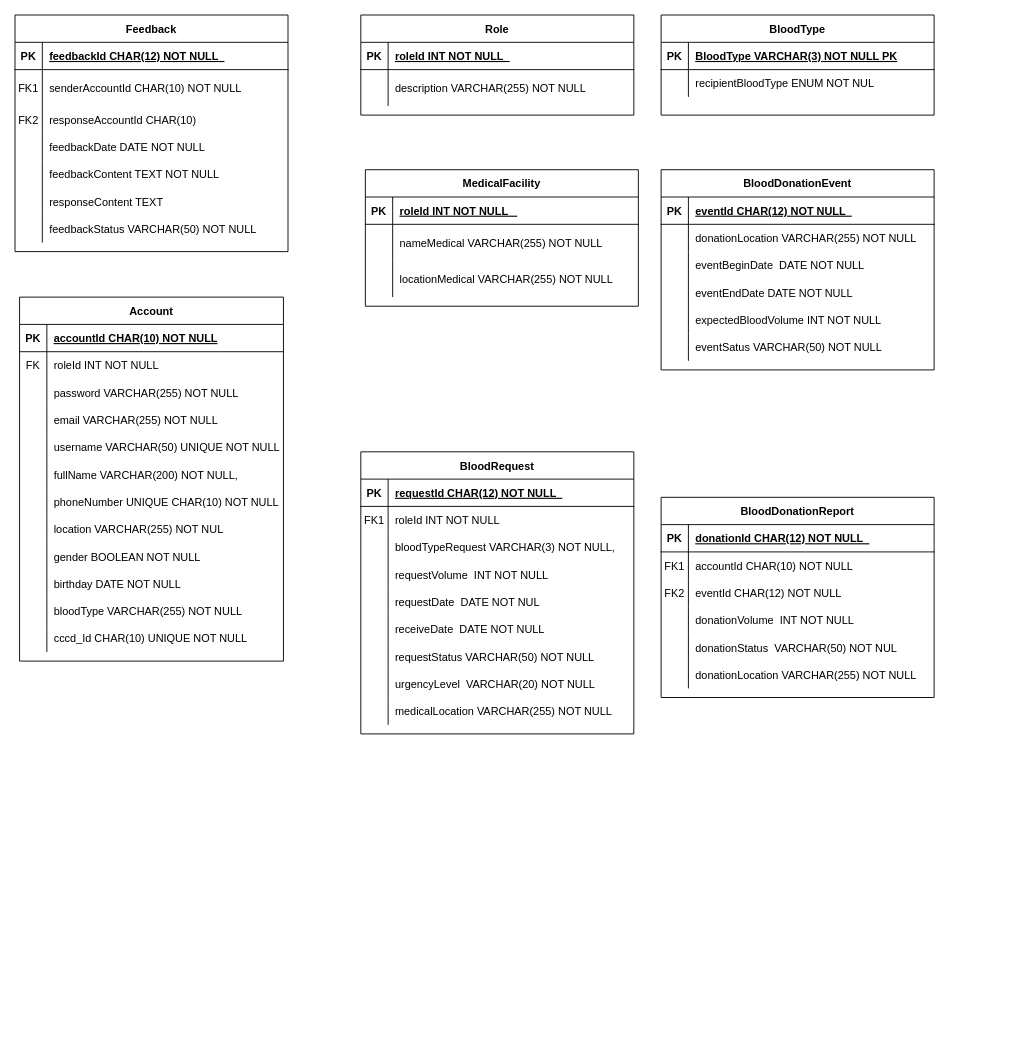
The draw.io diagram ERD.drawio in ThanhDucP/SU25_SWP391, before the edit. Source tidied: cells renumbered, new cells numbered last; positions are measured from the earlier drawing's top-left corner, leaving out a move shared by most shapes. Both pictures are drawn from the tidied source at 91%, with x=0, y=0 at pixel (15, 15).
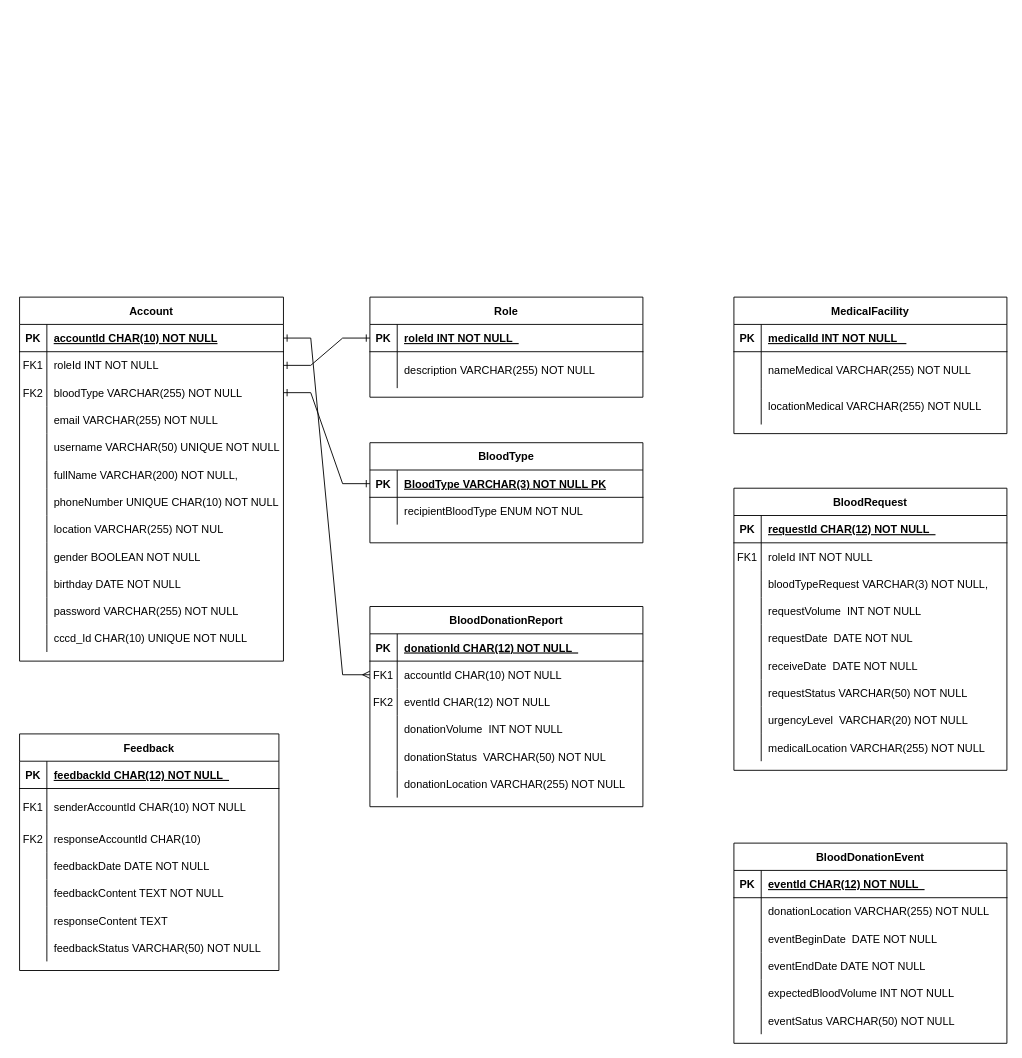
The same diagram, later.

Commit message (it also covers changes not shown here):
Cập nhật ERD.drawio

Unchanged cells that the change refers to:
```xml
<mxCell id="3" style="shape=partialRectangle;fillColor=none;points=[[0,0.5],[1,0.5]];portConstraint=eastwest;top=0;left=0;right=0;bottom=1;" parent="2" vertex="1">
  <mxGeometry y="30" width="290" height="30" as="geometry" />
</mxCell>
<mxCell id="6" style="shape=partialRectangle;fillColor=none;points=[[0,0.5],[1,0.5]];portConstraint=eastwest;top=0;left=0;right=0;bottom=0;" parent="2" vertex="1">
  <mxGeometry y="60" width="290" height="30" as="geometry" />
</mxCell>
<mxCell id="9" style="shape=partialRectangle;fillColor=none;points=[[0,0.5],[1,0.5]];portConstraint=eastwest;top=0;left=0;right=0;bottom=0;" parent="2" vertex="1">
  <mxGeometry y="90" width="290" height="30" as="geometry" />
</mxCell>
<mxCell id="33" style="shape=partialRectangle;fillColor=none;top=0;left=0;right=0;bottom=0;" parent="2" vertex="1">
  <mxGeometry y="330" width="290" height="30" as="geometry" />
</mxCell>
<mxCell id="43" style="shape=partialRectangle;fillColor=none;points=[[0,0.5],[1,0.5]];portConstraint=eastwest;top=0;left=0;right=0;bottom=0;" parent="39" vertex="1">
  <mxGeometry y="60" width="300" height="30" as="geometry" />
</mxCell>
<mxCell id="128" style="shape=partialRectangle;fillColor=none;points=[[0,0.5],[1,0.5]];portConstraint=eastwest;top=0;left=0;right=0;bottom=1;" parent="127" vertex="1">
  <mxGeometry y="30" width="300" height="30" as="geometry" />
</mxCell>
<mxCell id="135" style="shape=partialRectangle;fillColor=none;points=[[0,0.5],[1,0.5]];portConstraint=eastwest;top=0;left=0;right=0;bottom=1;" parent="134" vertex="1">
  <mxGeometry y="30" width="300" height="30" as="geometry" />
</mxCell>
<mxCell id="142" style="shape=partialRectangle;fillColor=none;top=0;left=0;right=0;bottom=1;" parent="141" vertex="1">
  <mxGeometry y="30" width="300" height="30" as="geometry" />
</mxCell>
```

The edit, as a diff of the source:
```diff
@@
-    <mxCell id="7" value="FK" style="shape=partialRectangle;overflow=hidden;fillColor=none;top=0;left=0;bottom=0;right=0;" parent="6" vertex="1">
+    <mxCell id="7" value="FK1" style="shape=partialRectangle;overflow=hidden;fillColor=none;top=0;left=0;bottom=0;right=0;" parent="6" vertex="1">
       <mxGeometry width="30" height="30" as="geometry" />
     </mxCell>
@@
-    <mxCell id="10" style="shape=partialRectangle;overflow=hidden;fillColor=none;top=0;left=0;bottom=0;right=0;" parent="9" vertex="1">
+    <mxCell id="10" value="FK2" style="shape=partialRectangle;overflow=hidden;fillColor=none;top=0;left=0;bottom=0;right=0;" parent="9" vertex="1">
       <mxGeometry width="30" height="30" as="geometry" />
     </mxCell>
-    <mxCell id="11" value="password VARCHAR(255) NOT NULL " style="shape=partialRectangle;overflow=hidden;fillColor=none;top=0;left=0;bottom=0;right=0;align=left;spacingLeft=6;" parent="9" vertex="1">
+    <mxCell id="11" value="bloodType VARCHAR(255) NOT NULL " style="shape=partialRectangle;overflow=hidden;fillColor=none;top=0;left=0;bottom=0;right=0;align=left;spacingLeft=6;" parent="9" vertex="1">
       <mxGeometry x="30" width="260" height="30" as="geometry" />
     </mxCell>
@@
-    <mxCell id="35" value="bloodType VARCHAR(255) NOT NULL" style="shape=partialRectangle;overflow=hidden;fillColor=none;top=0;left=0;bottom=0;right=0;align=left;spacingLeft=6;" parent="33" vertex="1">
+    <mxCell id="35" value="password VARCHAR(255) NOT NULL" style="shape=partialRectangle;overflow=hidden;fillColor=none;top=0;left=0;bottom=0;right=0;align=left;spacingLeft=6;" parent="33" vertex="1">
       <mxGeometry x="30" width="260" height="30" as="geometry" />
     </mxCell>
@@
     <mxCell id="39" value="BloodDonationReport" style="shape=table;startSize=30;childLayout=tableLayout;rowLines=0;fontStyle=1;align=center;" parent="1" vertex="1">
-      <mxGeometry x="710" y="530" width="300" height="220" as="geometry" />
+      <mxGeometry x="390" y="650" width="300" height="220" as="geometry" />
     </mxCell>
@@
     <mxCell id="58" value="BloodRequest" style="shape=table;startSize=30;childLayout=tableLayout;rowLines=0;fontStyle=1;align=center;" parent="1" vertex="1">
-      <mxGeometry x="380" y="480" width="300" height="310" as="geometry" />
+      <mxGeometry x="790" y="520" width="300" height="310" as="geometry" />
     </mxCell>
@@
     <mxCell id="86" value="BloodDonationEvent" style="shape=table;startSize=30;childLayout=tableLayout;rowLines=0;fontStyle=1;align=center;" parent="1" vertex="1">
-      <mxGeometry x="710" y="170" width="300" height="220" as="geometry" />
+      <mxGeometry x="790" y="910" width="300" height="220" as="geometry" />
     </mxCell>
@@
     <mxCell id="105" value="Feedback" style="shape=table;startSize=30;childLayout=tableLayout;rowLines=0;fontStyle=1;align=center;" parent="1" vertex="1">
-      <mxGeometry width="300" height="260" as="geometry" />
+      <mxGeometry x="5" y="790" width="285" height="260" as="geometry" />
     </mxCell>
     <mxCell id="106" style="shape=partialRectangle;fillColor=none;top=0;left=0;right=0;bottom=1;" parent="105" vertex="1">
-      <mxGeometry y="30" width="300" height="30" as="geometry" />
+      <mxGeometry y="30" width="285" height="30" as="geometry" />
     </mxCell>
@@
     <mxCell id="108" value="feedbackId CHAR(12) NOT NULL  " style="shape=partialRectangle;overflow=hidden;fillColor=none;top=0;left=0;bottom=0;right=0;align=left;spacingLeft=6;fontStyle=5;" parent="106" vertex="1">
-      <mxGeometry x="30" width="270" height="30" as="geometry" />
+      <mxGeometry x="30" width="255" height="30" as="geometry" />
     </mxCell>
     <mxCell id="109" style="shape=partialRectangle;fillColor=none;top=0;left=0;right=0;bottom=0;" parent="105" vertex="1">
-      <mxGeometry y="60" width="300" height="40" as="geometry" />
+      <mxGeometry y="60" width="285" height="40" as="geometry" />
     </mxCell>
@@
     <mxCell id="111" value="senderAccountId CHAR(10) NOT NULL" style="shape=partialRectangle;overflow=hidden;fillColor=none;top=0;left=0;bottom=0;right=0;align=left;spacingLeft=6;" parent="109" vertex="1">
-      <mxGeometry x="30" width="270" height="40" as="geometry" />
+      <mxGeometry x="30" width="255" height="40" as="geometry" />
     </mxCell>
     <mxCell id="112" style="shape=partialRectangle;fillColor=none;top=0;left=0;right=0;bottom=0;" parent="105" vertex="1">
-      <mxGeometry y="100" width="300" height="30" as="geometry" />
+      <mxGeometry y="100" width="285" height="30" as="geometry" />
     </mxCell>
@@
     <mxCell id="114" value="responseAccountId CHAR(10)" style="shape=partialRectangle;overflow=hidden;fillColor=none;top=0;left=0;bottom=0;right=0;align=left;spacingLeft=6;" parent="112" vertex="1">
-      <mxGeometry x="30" width="270" height="30" as="geometry" />
+      <mxGeometry x="30" width="255" height="30" as="geometry" />
     </mxCell>
     <mxCell id="115" style="shape=partialRectangle;fillColor=none;top=0;left=0;right=0;bottom=0;" parent="105" vertex="1">
-      <mxGeometry y="130" width="300" height="30" as="geometry" />
+      <mxGeometry y="130" width="285" height="30" as="geometry" />
     </mxCell>
@@
     <mxCell id="117" value="feedbackDate DATE NOT NULL" style="shape=partialRectangle;overflow=hidden;fillColor=none;top=0;left=0;bottom=0;right=0;align=left;spacingLeft=6;" parent="115" vertex="1">
-      <mxGeometry x="30" width="270" height="30" as="geometry" />
+      <mxGeometry x="30" width="255" height="30" as="geometry" />
     </mxCell>
     <mxCell id="118" style="shape=partialRectangle;fillColor=none;top=0;left=0;right=0;bottom=0;" parent="105" vertex="1">
-      <mxGeometry y="160" width="300" height="30" as="geometry" />
+      <mxGeometry y="160" width="285" height="30" as="geometry" />
     </mxCell>
@@
     <mxCell id="120" value="feedbackContent TEXT NOT NULL" style="shape=partialRectangle;overflow=hidden;fillColor=none;top=0;left=0;bottom=0;right=0;align=left;spacingLeft=6;" parent="118" vertex="1">
-      <mxGeometry x="30" width="270" height="30" as="geometry" />
+      <mxGeometry x="30" width="255" height="30" as="geometry" />
     </mxCell>
     <mxCell id="121" style="shape=partialRectangle;fillColor=none;top=0;left=0;right=0;bottom=0;" parent="105" vertex="1">
-      <mxGeometry y="190" width="300" height="30" as="geometry" />
+      <mxGeometry y="190" width="285" height="30" as="geometry" />
     </mxCell>
@@
     <mxCell id="123" value="responseContent TEXT" style="shape=partialRectangle;overflow=hidden;fillColor=none;top=0;left=0;bottom=0;right=0;align=left;spacingLeft=6;" parent="121" vertex="1">
-      <mxGeometry x="30" width="270" height="30" as="geometry" />
+      <mxGeometry x="30" width="255" height="30" as="geometry" />
     </mxCell>
     <mxCell id="124" style="shape=partialRectangle;fillColor=none;top=0;left=0;right=0;bottom=0;" parent="105" vertex="1">
-      <mxGeometry y="220" width="300" height="30" as="geometry" />
+      <mxGeometry y="220" width="285" height="30" as="geometry" />
     </mxCell>
@@
     <mxCell id="126" value="feedbackStatus VARCHAR(50) NOT NULL" style="shape=partialRectangle;overflow=hidden;fillColor=none;top=0;left=0;bottom=0;right=0;align=left;spacingLeft=6;" parent="124" vertex="1">
-      <mxGeometry x="30" width="270" height="30" as="geometry" />
+      <mxGeometry x="30" width="255" height="30" as="geometry" />
     </mxCell>
     <mxCell id="127" value="Role" style="shape=table;startSize=30;childLayout=tableLayout;rowLines=0;fontStyle=1;align=center;" parent="1" vertex="1">
-      <mxGeometry x="380" width="300" height="110" as="geometry" />
+      <mxGeometry x="390" y="310" width="300" height="110" as="geometry" />
     </mxCell>
@@
     <mxCell id="134" value="BloodType" style="shape=table;startSize=30;childLayout=tableLayout;rowLines=0;fontStyle=1;align=center;" parent="1" vertex="1">
-      <mxGeometry x="710" width="300" height="110" as="geometry" />
+      <mxGeometry x="390" y="470" width="300" height="110" as="geometry" />
     </mxCell>
@@
     <mxCell id="141" value="MedicalFacility" style="shape=table;startSize=30;childLayout=tableLayout;rowLines=0;fontStyle=1;align=center;" parent="1" vertex="1">
-      <mxGeometry x="385" y="170" width="300" height="150" as="geometry" />
+      <mxGeometry x="790" y="310" width="300" height="150" as="geometry" />
     </mxCell>
@@
-    <mxCell id="144" value="roleId INT NOT NULL   " style="shape=partialRectangle;overflow=hidden;fillColor=none;top=0;left=0;bottom=0;right=0;align=left;spacingLeft=6;fontStyle=5;" parent="142" vertex="1">
+    <mxCell id="144" value="medicalId INT NOT NULL   " style="shape=partialRectangle;overflow=hidden;fillColor=none;top=0;left=0;bottom=0;right=0;align=left;spacingLeft=6;fontStyle=5;" parent="142" vertex="1">
       <mxGeometry x="30" width="270" height="30" as="geometry" />
     </mxCell>
@@
+    <mxCell id="151" style="edgeStyle=entityRelationEdgeStyle;fontSize=12;html=1;endArrow=ERone;endFill=1;rounded=0;exitX=1;exitY=0.5;exitDx=0;exitDy=0;entryX=0;entryY=0.5;entryDx=0;entryDy=0;startArrow=ERone;startFill=0;" parent="1" edge="1" source="6" target="128">
+      <mxGeometry relative="1" as="geometry" />
+    </mxCell>
+    <mxCell id="152" style="edgeStyle=entityRelationEdgeStyle;fontSize=12;html=1;endArrow=ERone;endFill=1;rounded=0;exitX=1;exitY=0.5;exitDx=0;exitDy=0;entryX=0;entryY=0.5;entryDx=0;entryDy=0;startArrow=ERone;startFill=0;" parent="1" edge="1" source="9" target="135">
+      <mxGeometry relative="1" as="geometry" />
+    </mxCell>
+    <mxCell id="153" style="edgeStyle=entityRelationEdgeStyle;fontSize=12;html=1;endArrow=ERmany;rounded=0;entryX=0;entryY=0.5;entryDx=0;entryDy=0;exitX=1;exitY=0.5;exitDx=0;exitDy=0;startArrow=ERone;startFill=0;" parent="1" edge="1" source="3" target="43">
+      <mxGeometry relative="1" as="geometry" />
+    </mxCell>
```
